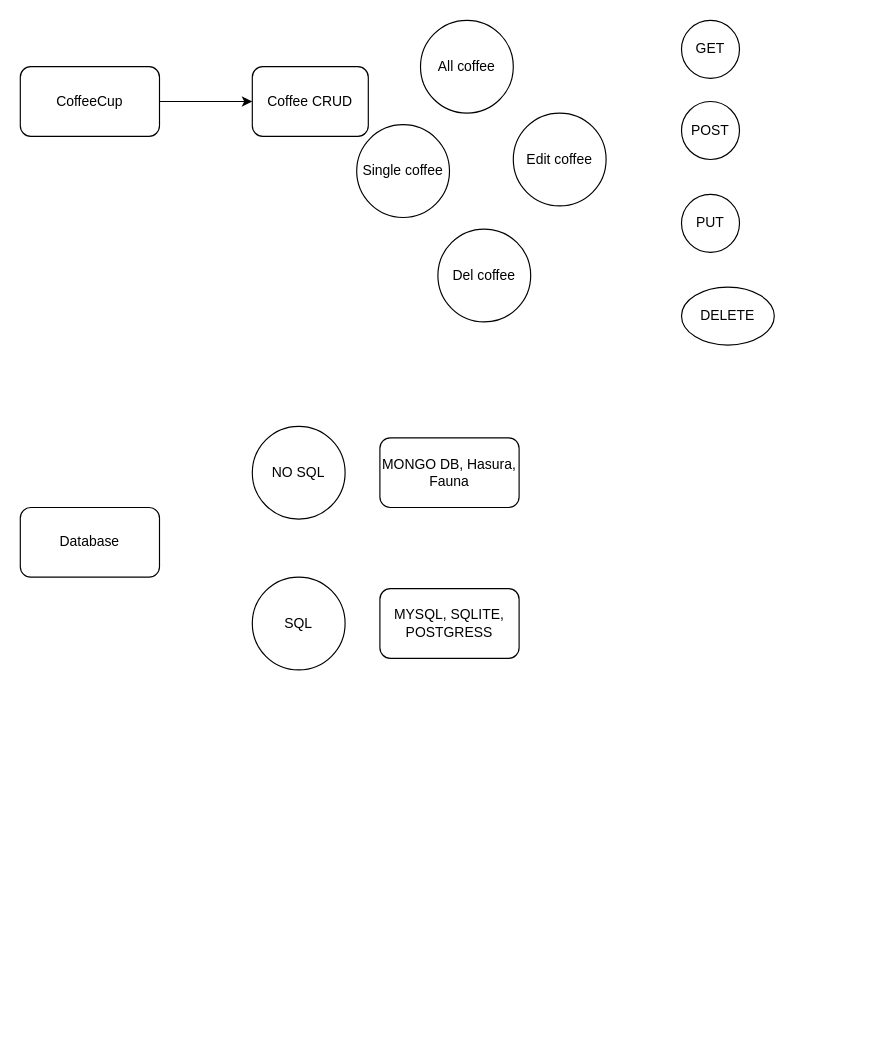
The draw.io diagram web-dev-fundamentals.drawio in devzenu/draw-io, before the edit. Source tidied: cells renumbered, new cells numbered last; positions are measured from the earlier drawing's top-left corner, leaving out a move shared by most shapes. Both pictures are drawn from the tidied source at 116%, with x=0, y=0 at pixel (20, 20).
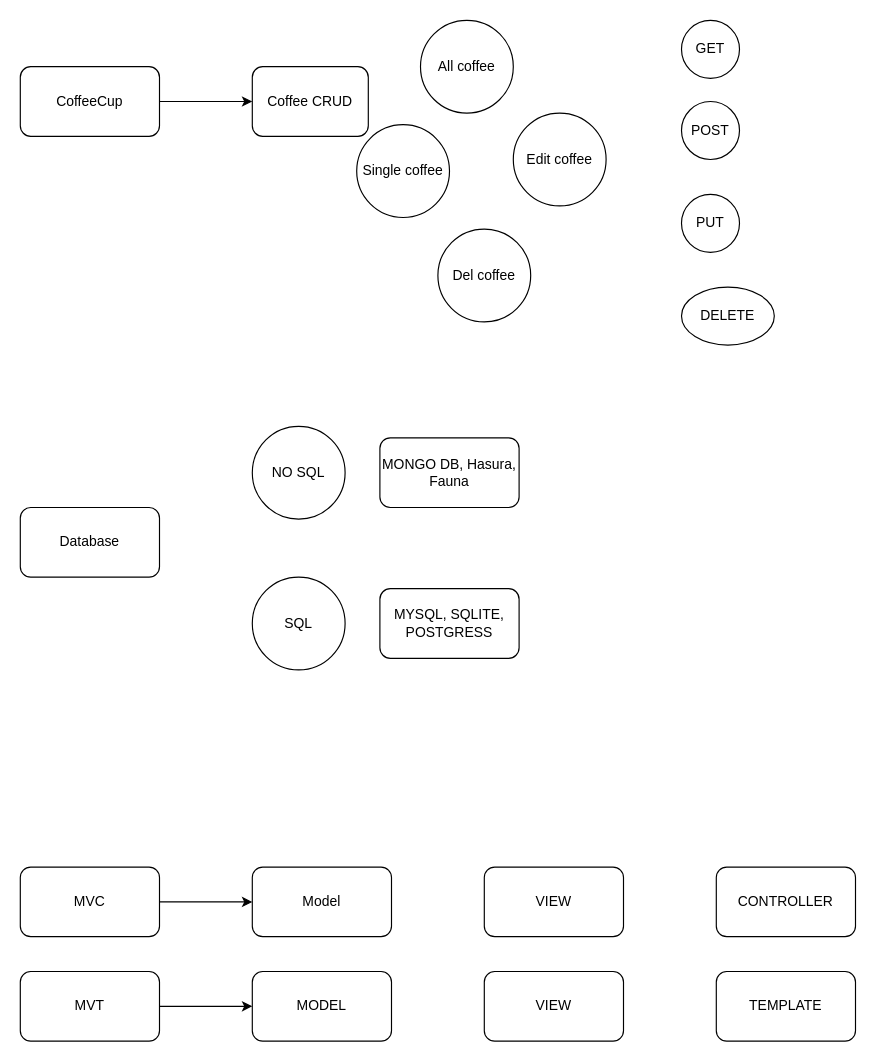
The same diagram, later.

Commit message:
design patterns

Change to the diagram source:
```diff
@@
+    <mxCell id="18" style="edgeStyle=orthogonalEdgeStyle;rounded=0;jettySize=auto;html=1;" parent="1" edge="1" source="19" target="20">
+      <mxGeometry relative="1" as="geometry" />
+    </mxCell>
+    <mxCell id="19" value="MVC" style="rounded=1;whiteSpace=wrap;html=1;" parent="1" vertex="1">
+      <mxGeometry y="730" width="120" height="60" as="geometry" />
+    </mxCell>
+    <mxCell id="20" value="Model" style="rounded=1;whiteSpace=wrap;html=1;" parent="1" vertex="1">
+      <mxGeometry x="200" y="730" width="120" height="60" as="geometry" />
+    </mxCell>
+    <mxCell id="21" value="VIEW" style="rounded=1;whiteSpace=wrap;html=1;" parent="1" vertex="1">
+      <mxGeometry x="400" y="730" width="120" height="60" as="geometry" />
+    </mxCell>
+    <mxCell id="22" value="CONTROLLER" style="rounded=1;whiteSpace=wrap;html=1;" parent="1" vertex="1">
+      <mxGeometry x="600" y="730" width="120" height="60" as="geometry" />
+    </mxCell>
+    <mxCell id="23" style="edgeStyle=orthogonalEdgeStyle;rounded=0;jettySize=auto;html=1;" parent="1" edge="1" source="24" target="25">
+      <mxGeometry relative="1" as="geometry" />
+    </mxCell>
+    <mxCell id="24" value="MVT" style="rounded=1;whiteSpace=wrap;html=1;" parent="1" vertex="1">
+      <mxGeometry y="820" width="120" height="60" as="geometry" />
+    </mxCell>
+    <mxCell id="25" value="MODEL" style="rounded=1;whiteSpace=wrap;html=1;" parent="1" vertex="1">
+      <mxGeometry x="200" y="820" width="120" height="60" as="geometry" />
+    </mxCell>
+    <mxCell id="26" value="VIEW" style="rounded=1;whiteSpace=wrap;html=1;" parent="1" vertex="1">
+      <mxGeometry x="400" y="820" width="120" height="60" as="geometry" />
+    </mxCell>
+    <mxCell id="27" value="TEMPLATE" style="rounded=1;whiteSpace=wrap;html=1;" parent="1" vertex="1">
+      <mxGeometry x="600" y="820" width="120" height="60" as="geometry" />
+    </mxCell>
```
